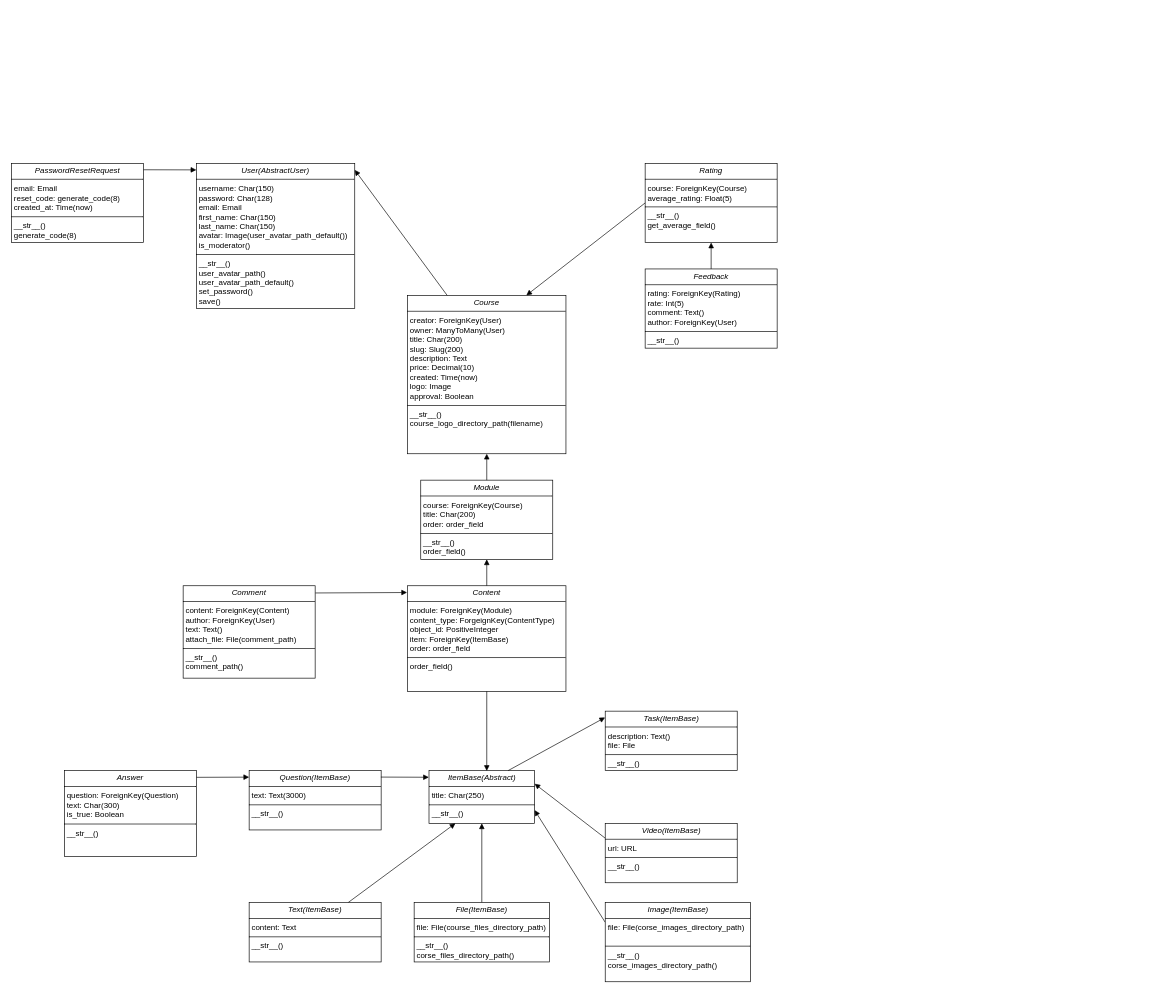
The draw.io diagram page "Classes" (2 of 22) of Диаграммы/ДиграммыТЗ.drawio in bosonhiiggs/Music-Trainee, before the edit. Source tidied: cells renumbered, new cells numbered last; positions are measured from the earlier drawing's top-left corner, leaving out a move shared by most shapes. Both pictures are drawn from the tidied source at 66%, with x=0, y=0 at pixel (11, 163).
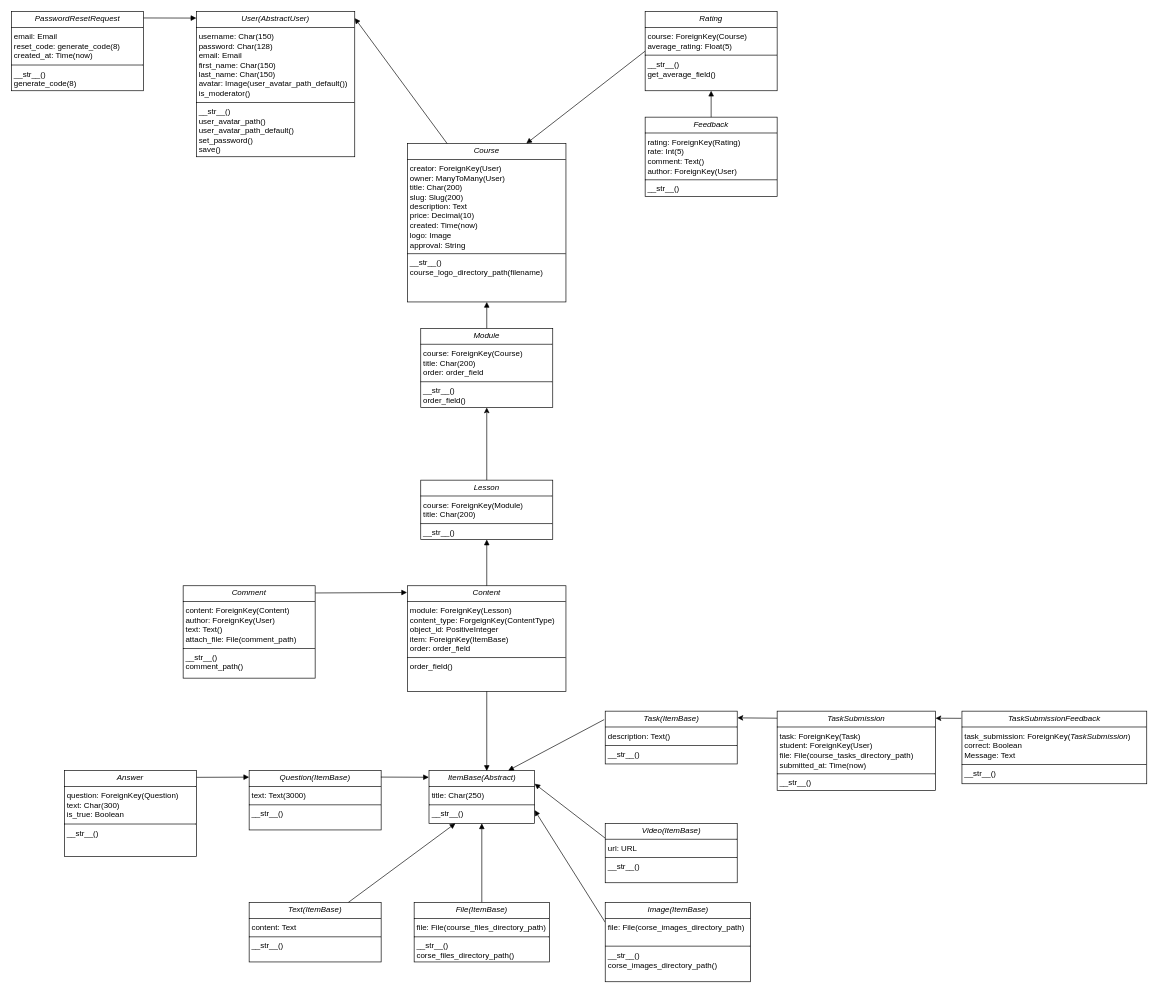
The same diagram, later.

Unchanged cells that the change refers to:
```xml
<mxCell id="8" value="&lt;p style=&quot;margin:0px;margin-top:4px;text-align:center;&quot;&gt;&lt;i&gt;ItemBase(Abstract)&lt;/i&gt;&lt;/p&gt;&lt;hr size=&quot;1&quot; style=&quot;border-style:solid;&quot;&gt;&lt;p style=&quot;margin:0px;margin-left:4px;&quot;&gt;title: Char(250)&lt;/p&gt;&lt;hr size=&quot;1&quot; style=&quot;border-style:solid;&quot;&gt;&lt;p style=&quot;margin:0px;margin-left:4px;&quot;&gt;__str__()&lt;/p&gt;" style="verticalAlign=top;align=left;overflow=fill;html=1;whiteSpace=wrap;" parent="1" vertex="1">
  <mxGeometry x="632.5" y="920" width="160" height="80" as="geometry" />
</mxCell>
```

What changed in the source:
```diff
@@
     <mxCell id="2" value="&lt;p style=&quot;margin:0px;margin-top:4px;text-align:center;&quot;&gt;&lt;i&gt;User(AbstractUser)&lt;/i&gt;&lt;/p&gt;&lt;hr size=&quot;1&quot; style=&quot;border-style:solid;&quot;&gt;&lt;p style=&quot;margin:0px;margin-left:4px;&quot;&gt;&lt;span style=&quot;background-color: initial;&quot;&gt;username: Char(150)&lt;/span&gt;&lt;br&gt;&lt;/p&gt;&lt;p style=&quot;margin:0px;margin-left:4px;&quot;&gt;password: Char(128)&lt;/p&gt;&lt;p style=&quot;margin:0px;margin-left:4px;&quot;&gt;email: Email&lt;/p&gt;&lt;p style=&quot;margin:0px;margin-left:4px;&quot;&gt;first_name: Char(150)&lt;/p&gt;&lt;p style=&quot;margin:0px;margin-left:4px;&quot;&gt;last_name: Char(150)&lt;br&gt;&lt;/p&gt;&lt;p style=&quot;margin:0px;margin-left:4px;&quot;&gt;avatar: Image(&lt;span style=&quot;background-color: initial;&quot;&gt;user_avatar_path&lt;/span&gt;&lt;span style=&quot;background-color: initial;&quot;&gt;_default&lt;/span&gt;&lt;span style=&quot;background-color: initial;&quot;&gt;()&lt;/span&gt;&lt;span style=&quot;background-color: initial;&quot;&gt;)&lt;/span&gt;&lt;/p&gt;&lt;p style=&quot;margin:0px;margin-left:4px;&quot;&gt;is_moderator()&lt;/p&gt;&lt;hr size=&quot;1&quot; style=&quot;border-style:solid;&quot;&gt;&lt;p style=&quot;margin:0px;margin-left:4px;&quot;&gt;__str__()&lt;/p&gt;&lt;p style=&quot;margin:0px;margin-left:4px;&quot;&gt;user_avatar_path()&lt;/p&gt;&lt;p style=&quot;margin:0px;margin-left:4px;&quot;&gt;user_avatar_path&lt;span style=&quot;background-color: initial;&quot;&gt;_default&lt;/span&gt;&lt;span style=&quot;background-color: initial;&quot;&gt;()&lt;/span&gt;&lt;/p&gt;&lt;p style=&quot;margin:0px;margin-left:4px;&quot;&gt;&lt;span style=&quot;background-color: initial;&quot;&gt;set_password()&lt;/span&gt;&lt;/p&gt;&lt;p style=&quot;margin:0px;margin-left:4px;&quot;&gt;&lt;span style=&quot;background-color: initial;&quot;&gt;save()&lt;/span&gt;&lt;/p&gt;&lt;p style=&quot;margin:0px;margin-left:4px;&quot;&gt;&lt;span style=&quot;background-color: initial;&quot;&gt;&lt;br&gt;&lt;/span&gt;&lt;/p&gt;" style="verticalAlign=top;align=left;overflow=fill;html=1;whiteSpace=wrap;" parent="1" vertex="1">
-      <mxGeometry x="280" width="240" height="220" as="geometry" />
+      <mxGeometry x="280" y="-230" width="240" height="220" as="geometry" />
     </mxCell>
-    <mxCell id="3" value="&lt;p style=&quot;margin:0px;margin-top:4px;text-align:center;&quot;&gt;&lt;i&gt;Course&lt;/i&gt;&lt;/p&gt;&lt;hr size=&quot;1&quot; style=&quot;border-style:solid;&quot;&gt;&lt;p style=&quot;margin:0px;margin-left:4px;&quot;&gt;creator: ForeignKey(User)&lt;br&gt;owner: ManyToMany(User)&lt;/p&gt;&lt;p style=&quot;margin:0px;margin-left:4px;&quot;&gt;title: Char(200)&lt;/p&gt;&lt;p style=&quot;margin:0px;margin-left:4px;&quot;&gt;slug: Slug(200)&lt;/p&gt;&lt;p style=&quot;margin:0px;margin-left:4px;&quot;&gt;description: Text&lt;/p&gt;&lt;p style=&quot;margin:0px;margin-left:4px;&quot;&gt;price: Decimal(10)&lt;/p&gt;&lt;p style=&quot;margin:0px;margin-left:4px;&quot;&gt;created: Time(now)&lt;/p&gt;&lt;p style=&quot;margin:0px;margin-left:4px;&quot;&gt;logo: Image&lt;/p&gt;&lt;p style=&quot;margin:0px;margin-left:4px;&quot;&gt;approval: Boolean&lt;/p&gt;&lt;hr size=&quot;1&quot; style=&quot;border-style:solid;&quot;&gt;&lt;p style=&quot;margin:0px;margin-left:4px;&quot;&gt;__str__()&lt;/p&gt;&lt;p style=&quot;margin:0px;margin-left:4px;&quot;&gt;course_logo_directory_path(filename)&lt;/p&gt;" style="verticalAlign=top;align=left;overflow=fill;html=1;whiteSpace=wrap;" parent="1" vertex="1">
-      <mxGeometry x="600" y="200" width="240" height="240" as="geometry" />
+    <mxCell id="3" value="&lt;p style=&quot;margin:0px;margin-top:4px;text-align:center;&quot;&gt;&lt;i&gt;Course&lt;/i&gt;&lt;/p&gt;&lt;hr size=&quot;1&quot; style=&quot;border-style:solid;&quot;&gt;&lt;p style=&quot;margin:0px;margin-left:4px;&quot;&gt;creator: ForeignKey(User)&lt;br&gt;owner: ManyToMany(User)&lt;/p&gt;&lt;p style=&quot;margin:0px;margin-left:4px;&quot;&gt;title: Char(200)&lt;/p&gt;&lt;p style=&quot;margin:0px;margin-left:4px;&quot;&gt;slug: Slug(200)&lt;/p&gt;&lt;p style=&quot;margin:0px;margin-left:4px;&quot;&gt;description: Text&lt;/p&gt;&lt;p style=&quot;margin:0px;margin-left:4px;&quot;&gt;price: Decimal(10)&lt;/p&gt;&lt;p style=&quot;margin:0px;margin-left:4px;&quot;&gt;created: Time(now)&lt;/p&gt;&lt;p style=&quot;margin:0px;margin-left:4px;&quot;&gt;logo: Image&lt;/p&gt;&lt;p style=&quot;margin:0px;margin-left:4px;&quot;&gt;approval: String&lt;/p&gt;&lt;hr size=&quot;1&quot; style=&quot;border-style:solid;&quot;&gt;&lt;p style=&quot;margin:0px;margin-left:4px;&quot;&gt;__str__()&lt;/p&gt;&lt;p style=&quot;margin:0px;margin-left:4px;&quot;&gt;course_logo_directory_path(filename)&lt;/p&gt;" style="verticalAlign=top;align=left;overflow=fill;html=1;whiteSpace=wrap;" parent="1" vertex="1">
+      <mxGeometry x="600" y="-30" width="240" height="240" as="geometry" />
     </mxCell>
     <mxCell id="4" value="&lt;p style=&quot;margin:0px;margin-top:4px;text-align:center;&quot;&gt;&lt;i&gt;Rating&lt;/i&gt;&lt;/p&gt;&lt;hr size=&quot;1&quot; style=&quot;border-style:solid;&quot;&gt;&lt;p style=&quot;margin:0px;margin-left:4px;&quot;&gt;course: ForeignKey(Course)&lt;br&gt;average_rating: Float(5)&lt;/p&gt;&lt;hr size=&quot;1&quot; style=&quot;border-style:solid;&quot;&gt;&lt;p style=&quot;margin:0px;margin-left:4px;&quot;&gt;__str__()&lt;/p&gt;&lt;p style=&quot;margin:0px;margin-left:4px;&quot;&gt;get_average_field()&lt;/p&gt;" style="verticalAlign=top;align=left;overflow=fill;html=1;whiteSpace=wrap;" parent="1" vertex="1">
-      <mxGeometry x="960" width="200" height="120" as="geometry" />
+      <mxGeometry x="960" y="-230" width="200" height="120" as="geometry" />
     </mxCell>
     <mxCell id="5" value="&lt;p style=&quot;margin:0px;margin-top:4px;text-align:center;&quot;&gt;&lt;i&gt;Feedback&lt;/i&gt;&lt;/p&gt;&lt;hr size=&quot;1&quot; style=&quot;border-style:solid;&quot;&gt;&lt;p style=&quot;margin:0px;margin-left:4px;&quot;&gt;rating: ForeignKey(Rating)&lt;/p&gt;&lt;p style=&quot;margin:0px;margin-left:4px;&quot;&gt;rate: Int(5)&lt;/p&gt;&lt;p style=&quot;margin:0px;margin-left:4px;&quot;&gt;comment: Text()&lt;br&gt;author: ForeignKey(User)&lt;/p&gt;&lt;hr size=&quot;1&quot; style=&quot;border-style:solid;&quot;&gt;&lt;p style=&quot;margin:0px;margin-left:4px;&quot;&gt;__str__()&lt;/p&gt;" style="verticalAlign=top;align=left;overflow=fill;html=1;whiteSpace=wrap;" parent="1" vertex="1">
-      <mxGeometry x="960" y="160" width="200" height="120" as="geometry" />
+      <mxGeometry x="960" y="-70" width="200" height="120" as="geometry" />
     </mxCell>
     <mxCell id="6" value="&lt;p style=&quot;margin:0px;margin-top:4px;text-align:center;&quot;&gt;&lt;i&gt;Module&lt;/i&gt;&lt;/p&gt;&lt;hr size=&quot;1&quot; style=&quot;border-style:solid;&quot;&gt;&lt;p style=&quot;margin:0px;margin-left:4px;&quot;&gt;course: ForeignKey(Course)&lt;/p&gt;&lt;p style=&quot;margin:0px;margin-left:4px;&quot;&gt;title: Char(200)&lt;/p&gt;&lt;p style=&quot;margin:0px;margin-left:4px;&quot;&gt;order: order_field&lt;br&gt;&lt;/p&gt;&lt;hr size=&quot;1&quot; style=&quot;border-style:solid;&quot;&gt;&lt;p style=&quot;margin:0px;margin-left:4px;&quot;&gt;__str__()&lt;br&gt;order_field()&lt;/p&gt;" style="verticalAlign=top;align=left;overflow=fill;html=1;whiteSpace=wrap;" parent="1" vertex="1">
-      <mxGeometry x="620" y="480" width="200" height="120" as="geometry" />
+      <mxGeometry x="620" y="250" width="200" height="120" as="geometry" />
     </mxCell>
-    <mxCell id="7" value="&lt;p style=&quot;margin:0px;margin-top:4px;text-align:center;&quot;&gt;&lt;i&gt;Content&lt;/i&gt;&lt;/p&gt;&lt;hr size=&quot;1&quot; style=&quot;border-style:solid;&quot;&gt;&lt;p style=&quot;margin:0px;margin-left:4px;&quot;&gt;module: ForeignKey(Module)&lt;/p&gt;&lt;p style=&quot;margin:0px;margin-left:4px;&quot;&gt;content_type: ForgeignKey(ContentType)&lt;/p&gt;&lt;p style=&quot;margin:0px;margin-left:4px;&quot;&gt;object_id: PositiveInteger&lt;/p&gt;&lt;p style=&quot;margin:0px;margin-left:4px;&quot;&gt;item: ForeignKey(ItemBase)&lt;/p&gt;&lt;p style=&quot;margin:0px;margin-left:4px;&quot;&gt;order: order_field&lt;/p&gt;&lt;hr size=&quot;1&quot; style=&quot;border-style:solid;&quot;&gt;&lt;p style=&quot;margin:0px;margin-left:4px;&quot;&gt;order_field()&lt;/p&gt;" style="verticalAlign=top;align=left;overflow=fill;html=1;whiteSpace=wrap;" parent="1" vertex="1">
+    <mxCell id="7" value="&lt;p style=&quot;margin:0px;margin-top:4px;text-align:center;&quot;&gt;&lt;i&gt;Content&lt;/i&gt;&lt;/p&gt;&lt;hr size=&quot;1&quot; style=&quot;border-style:solid;&quot;&gt;&lt;p style=&quot;margin:0px;margin-left:4px;&quot;&gt;module: ForeignKey(Lesson)&lt;/p&gt;&lt;p style=&quot;margin:0px;margin-left:4px;&quot;&gt;content_type: ForgeignKey(ContentType)&lt;/p&gt;&lt;p style=&quot;margin:0px;margin-left:4px;&quot;&gt;object_id: PositiveInteger&lt;/p&gt;&lt;p style=&quot;margin:0px;margin-left:4px;&quot;&gt;item: ForeignKey(ItemBase)&lt;/p&gt;&lt;p style=&quot;margin:0px;margin-left:4px;&quot;&gt;order: order_field&lt;/p&gt;&lt;hr size=&quot;1&quot; style=&quot;border-style:solid;&quot;&gt;&lt;p style=&quot;margin:0px;margin-left:4px;&quot;&gt;order_field()&lt;/p&gt;" style="verticalAlign=top;align=left;overflow=fill;html=1;whiteSpace=wrap;" parent="1" vertex="1">
       <mxGeometry x="600" y="640" width="240" height="160" as="geometry" />
     </mxCell>
@@
     <mxCell id="19" value="&lt;p style=&quot;margin:0px;margin-top:4px;text-align:center;&quot;&gt;&lt;i&gt;PasswordResetRequest&lt;/i&gt;&lt;/p&gt;&lt;hr size=&quot;1&quot; style=&quot;border-style:solid;&quot;&gt;&lt;p style=&quot;margin:0px;margin-left:4px;&quot;&gt;&lt;span style=&quot;background-color: initial;&quot;&gt;email: Email&lt;/span&gt;&lt;br&gt;&lt;/p&gt;&lt;p style=&quot;margin:0px;margin-left:4px;&quot;&gt;&lt;span style=&quot;background-color: initial;&quot;&gt;reset_code:&amp;nbsp;&lt;/span&gt;&lt;span style=&quot;background-color: initial;&quot;&gt;generate_code(8)&lt;/span&gt;&lt;/p&gt;&lt;p style=&quot;margin:0px;margin-left:4px;&quot;&gt;&lt;span style=&quot;background-color: initial;&quot;&gt;created_at: Time(now)&lt;/span&gt;&lt;/p&gt;&lt;hr size=&quot;1&quot; style=&quot;border-style:solid;&quot;&gt;&lt;p style=&quot;margin:0px;margin-left:4px;&quot;&gt;__str__()&lt;/p&gt;&lt;p style=&quot;margin:0px;margin-left:4px;&quot;&gt;generate_code(8)&lt;/p&gt;&lt;p style=&quot;margin:0px;margin-left:4px;&quot;&gt;&lt;span style=&quot;background-color: initial;&quot;&gt;&lt;br&gt;&lt;/span&gt;&lt;/p&gt;" style="verticalAlign=top;align=left;overflow=fill;html=1;whiteSpace=wrap;" parent="1" vertex="1">
-      <mxGeometry width="200" height="120" as="geometry" />
+      <mxGeometry y="-230" width="200" height="120" as="geometry" />
     </mxCell>
-    <mxCell id="20" value="&lt;p style=&quot;margin:0px;margin-top:4px;text-align:center;&quot;&gt;&lt;i&gt;Task(&lt;/i&gt;&lt;i style=&quot;background-color: initial;&quot;&gt;ItemBase&lt;/i&gt;&lt;i style=&quot;background-color: initial;&quot;&gt;)&lt;/i&gt;&lt;/p&gt;&lt;hr size=&quot;1&quot; style=&quot;border-style:solid;&quot;&gt;&lt;p style=&quot;margin:0px;margin-left:4px;&quot;&gt;description: Text()&lt;/p&gt;&lt;p style=&quot;margin:0px;margin-left:4px;&quot;&gt;file: File&lt;/p&gt;&lt;hr size=&quot;1&quot; style=&quot;border-style:solid;&quot;&gt;&lt;p style=&quot;margin:0px;margin-left:4px;&quot;&gt;__str__()&lt;/p&gt;" style="verticalAlign=top;align=left;overflow=fill;html=1;whiteSpace=wrap;" parent="1" vertex="1">
-      <mxGeometry x="899.5" y="830" width="200" height="90" as="geometry" />
+    <mxCell id="20" value="&lt;p style=&quot;margin:0px;margin-top:4px;text-align:center;&quot;&gt;&lt;i&gt;Task(&lt;/i&gt;&lt;i style=&quot;background-color: initial;&quot;&gt;ItemBase&lt;/i&gt;&lt;i style=&quot;background-color: initial;&quot;&gt;)&lt;/i&gt;&lt;/p&gt;&lt;hr size=&quot;1&quot; style=&quot;border-style:solid;&quot;&gt;&lt;p style=&quot;margin:0px;margin-left:4px;&quot;&gt;description: Text()&lt;/p&gt;&lt;hr size=&quot;1&quot; style=&quot;border-style:solid;&quot;&gt;&lt;p style=&quot;margin:0px;margin-left:4px;&quot;&gt;__str__()&lt;/p&gt;" style="verticalAlign=top;align=left;overflow=fill;html=1;whiteSpace=wrap;" parent="1" vertex="1">
+      <mxGeometry x="899.5" y="830" width="200" height="80" as="geometry" />
     </mxCell>
@@
     <mxCell id="23" style="html=1;verticalAlign=bottom;endArrow=block;rounded=0;exitX=0.25;exitY=0;exitDx=0;exitDy=0;" parent="1" edge="1" source="3">
       <mxGeometry relative="1" as="geometry">
-        <mxPoint x="520" y="10" as="targetPoint" />
+        <mxPoint x="520" y="-220" as="targetPoint" />
       </mxGeometry>
     </mxCell>
@@
-    <mxCell id="27" style="html=1;verticalAlign=bottom;endArrow=block;curved=0;rounded=0;entryX=0.5;entryY=1;entryDx=0;entryDy=0;exitX=0.5;exitY=0;exitDx=0;exitDy=0;" parent="1" edge="1" source="7" target="6">
+    <mxCell id="27" style="html=1;verticalAlign=bottom;endArrow=block;curved=0;rounded=0;entryX=0.5;entryY=1;entryDx=0;entryDy=0;exitX=0.5;exitY=0;exitDx=0;exitDy=0;" parent="1" edge="1" source="7" target="34">
       <mxGeometry relative="1" as="geometry" />
     </mxCell>
@@
-    <mxCell id="29" style="html=1;verticalAlign=bottom;endArrow=block;curved=0;rounded=0;exitX=0.75;exitY=0;exitDx=0;exitDy=0;entryX=-0.001;entryY=0.107;entryDx=0;entryDy=0;entryPerimeter=0;" parent="1" edge="1" source="8" target="20">
+    <mxCell id="29" style="html=1;verticalAlign=bottom;endArrow=block;curved=0;rounded=0;exitX=-0.008;exitY=0.16;exitDx=0;exitDy=0;exitPerimeter=0;entryX=0.75;entryY=0;entryDx=0;entryDy=0;" parent="1" edge="1" source="20" target="8">
       <mxGeometry relative="1" as="geometry" />
     </mxCell>
@@
+    <mxCell id="33" style="edgeStyle=orthogonalEdgeStyle;rounded=0;jettySize=auto;html=1;exitX=0.5;exitY=0;exitDx=0;exitDy=0;entryX=0.5;entryY=1;entryDx=0;entryDy=0;" parent="1" edge="1" source="34" target="6">
+      <mxGeometry relative="1" as="geometry" />
+    </mxCell>
+    <mxCell id="34" value="&lt;p style=&quot;margin:0px;margin-top:4px;text-align:center;&quot;&gt;&lt;i&gt;Lesson&lt;/i&gt;&lt;/p&gt;&lt;hr size=&quot;1&quot; style=&quot;border-style:solid;&quot;&gt;&lt;p style=&quot;margin:0px;margin-left:4px;&quot;&gt;course: ForeignKey(Module)&lt;/p&gt;&lt;p style=&quot;margin:0px;margin-left:4px;&quot;&gt;title: Char(200)&lt;/p&gt;&lt;hr size=&quot;1&quot; style=&quot;border-style:solid;&quot;&gt;&lt;p style=&quot;margin:0px;margin-left:4px;&quot;&gt;__str__()&lt;br&gt;&lt;/p&gt;" style="verticalAlign=top;align=left;overflow=fill;html=1;whiteSpace=wrap;" parent="1" vertex="1">
+      <mxGeometry x="620" y="480" width="200" height="90" as="geometry" />
+    </mxCell>
+    <mxCell id="35" value="&lt;p style=&quot;margin:0px;margin-top:4px;text-align:center;&quot;&gt;&lt;i&gt;TaskSubmission&lt;/i&gt;&lt;/p&gt;&lt;hr size=&quot;1&quot; style=&quot;border-style:solid;&quot;&gt;&lt;p style=&quot;margin:0px;margin-left:4px;&quot;&gt;task: ForeignKey(Task)&lt;/p&gt;&lt;p style=&quot;margin:0px;margin-left:4px;&quot;&gt;student: ForeignKey(User)&lt;/p&gt;&lt;p style=&quot;margin:0px;margin-left:4px;&quot;&gt;file: File(course_tasks_directory_path)&lt;/p&gt;&lt;p style=&quot;margin:0px;margin-left:4px;&quot;&gt;submitted_at: Time(now)&lt;/p&gt;&lt;hr size=&quot;1&quot; style=&quot;border-style:solid;&quot;&gt;&lt;p style=&quot;margin:0px;margin-left:4px;&quot;&gt;__str__()&lt;/p&gt;" style="verticalAlign=top;align=left;overflow=fill;html=1;whiteSpace=wrap;" parent="1" vertex="1">
+      <mxGeometry x="1160" y="830" width="240" height="120" as="geometry" />
+    </mxCell>
+    <mxCell id="36" style="rounded=0;jettySize=auto;html=1;entryX=1.002;entryY=0.127;entryDx=0;entryDy=0;entryPerimeter=0;exitX=0;exitY=0.089;exitDx=0;exitDy=0;exitPerimeter=0;" parent="1" edge="1" source="35" target="20">
+      <mxGeometry relative="1" as="geometry" />
+    </mxCell>
+    <mxCell id="37" value="&lt;p style=&quot;margin:0px;margin-top:4px;text-align:center;&quot;&gt;&lt;i&gt;TaskSubmissionFeedback&lt;/i&gt;&lt;/p&gt;&lt;hr size=&quot;1&quot; style=&quot;border-style:solid;&quot;&gt;&lt;p style=&quot;margin:0px;margin-left:4px;&quot;&gt;task_submission: ForeignKey(&lt;i style=&quot;text-align: center;&quot;&gt;TaskSubmission&lt;/i&gt;)&lt;/p&gt;&lt;p style=&quot;margin:0px;margin-left:4px;&quot;&gt;correct: Boolean&lt;/p&gt;&lt;p style=&quot;margin:0px;margin-left:4px;&quot;&gt;Message: Text&lt;/p&gt;&lt;hr size=&quot;1&quot; style=&quot;border-style:solid;&quot;&gt;&lt;p style=&quot;margin:0px;margin-left:4px;&quot;&gt;__str__()&lt;/p&gt;" style="verticalAlign=top;align=left;overflow=fill;html=1;whiteSpace=wrap;" parent="1" vertex="1">
+      <mxGeometry x="1440" y="830" width="280" height="110" as="geometry" />
+    </mxCell>
+    <mxCell id="38" style="rounded=0;jettySize=auto;html=1;exitX=-0.004;exitY=0.099;exitDx=0;exitDy=0;entryX=1;entryY=0.089;entryDx=0;entryDy=0;entryPerimeter=0;exitPerimeter=0;" parent="1" edge="1" source="37" target="35">
+      <mxGeometry relative="1" as="geometry" />
+    </mxCell>
```
